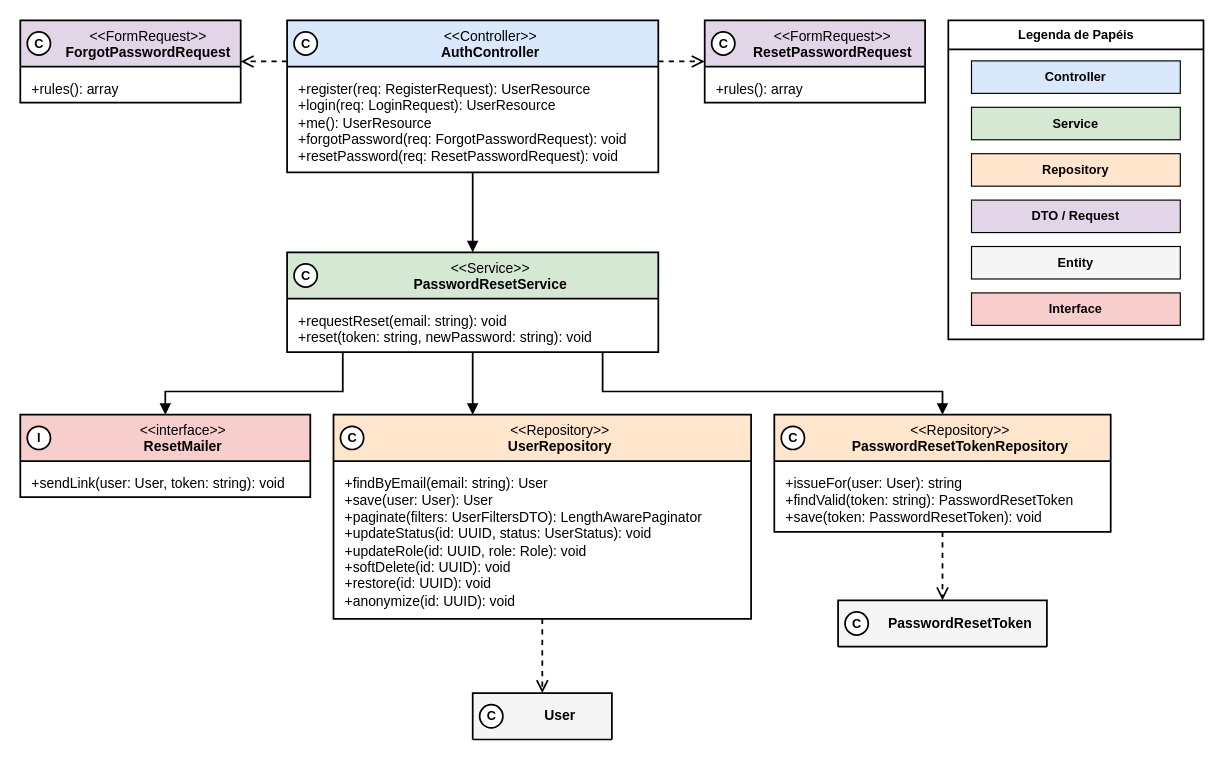
Above: especificacao/diagramas/13-classes-area-a-implementacao-recuperacao.drawio in Plataforma-de-Cursos-TCC/plataforma-cursos-docs (draw.io), before the change. Source tidied: cells renumbered, new cells numbered last; positions are measured from the earlier drawing's top-left corner, leaving out a move shared by most shapes. Both pictures are drawn from the tidied source at 116%, with x=0, y=0 at pixel (20, 20).
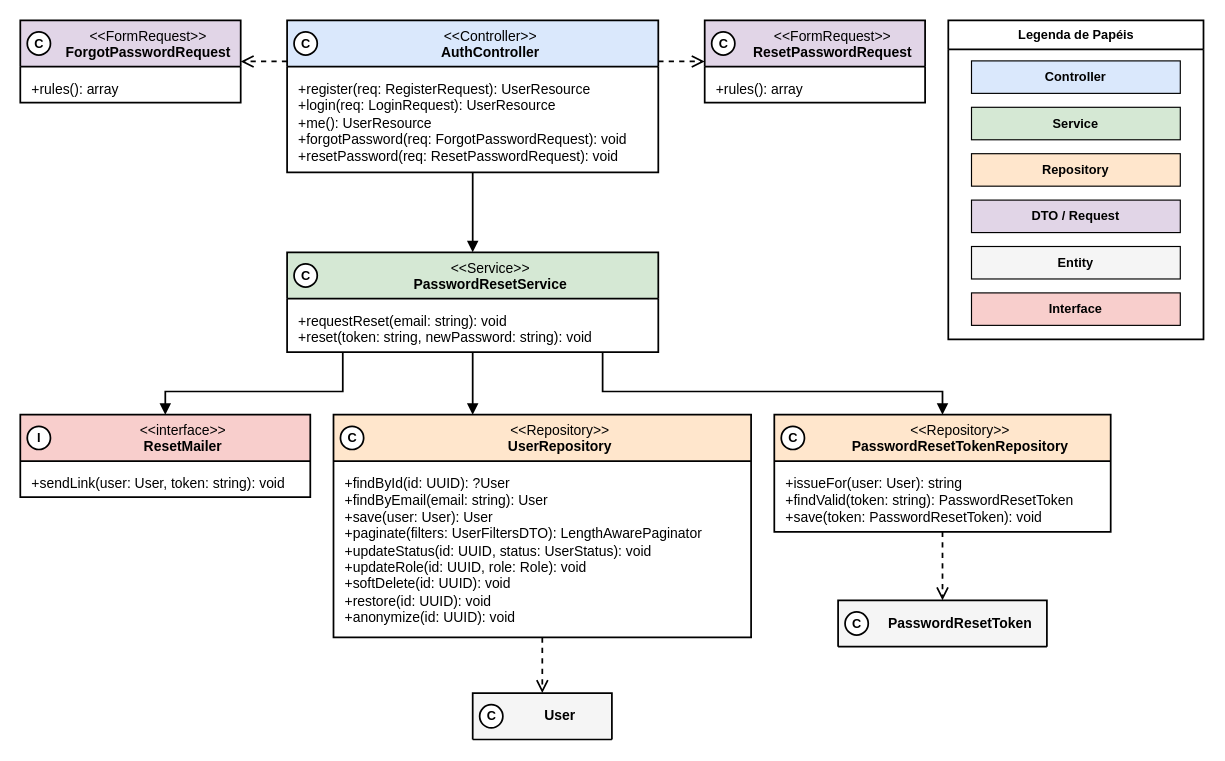
The same diagram, later.

Commit message (it also covers changes not shown here):
fix(especificacao): fix entity attributes, repository methods, and sql in area A

What changed in the source:
```diff
@@
     <mxCell id="17" value="&amp;lt;&amp;lt;Repository&amp;gt;&amp;gt;&lt;br&gt;&lt;b&gt;UserRepository&lt;/b&gt;" style="swimlane;html=1;fontStyle=0;align=center;verticalAlign=top;startSize=40;fillColor=#FFE6CC;swimlaneFillColor=#FFFFFF;strokeColor=#000000;strokeWidth=1.5;fontFamily=Helvetica;fontSize=12;fontColor=#000000;rounded=0;spacingLeft=30;" parent="1" vertex="1">
-      <mxGeometry x="270" y="340" width="360" height="176" as="geometry" />
+      <mxGeometry x="270" y="340" width="360" height="192" as="geometry" />
     </mxCell>
@@
-    <mxCell id="19" value="+findByEmail(email: string): User&lt;br&gt;+save(user: User): User&lt;br&gt;+paginate(filters: UserFiltersDTO): LengthAwarePaginator&lt;br&gt;+updateStatus(id: UUID, status: UserStatus): void&lt;br&gt;+updateRole(id: UUID, role: Role): void&lt;br&gt;+softDelete(id: UUID): void&lt;br&gt;+restore(id: UUID): void&lt;br&gt;+anonymize(id: UUID): void" style="text;html=1;align=left;verticalAlign=top;spacingLeft=8;spacingRight=8;spacingTop=6;fontSize=12;fontFamily=Helvetica;fontColor=#000000;strokeColor=none;fillColor=none;whiteSpace=wrap;" parent="17" vertex="1">
-      <mxGeometry y="40" width="360" height="136" as="geometry" />
+    <mxCell id="19" value="+findById(id: UUID): ?User&lt;br&gt;+findByEmail(email: string): User&lt;br&gt;+save(user: User): User&lt;br&gt;+paginate(filters: UserFiltersDTO): LengthAwarePaginator&lt;br&gt;+updateStatus(id: UUID, status: UserStatus): void&lt;br&gt;+updateRole(id: UUID, role: Role): void&lt;br&gt;+softDelete(id: UUID): void&lt;br&gt;+restore(id: UUID): void&lt;br&gt;+anonymize(id: UUID): void" style="text;html=1;align=left;verticalAlign=top;spacingLeft=8;spacingRight=8;spacingTop=6;fontSize=12;fontFamily=Helvetica;fontColor=#000000;strokeColor=none;fillColor=none;whiteSpace=wrap;" parent="17" vertex="1">
+      <mxGeometry y="40" width="360" height="152" as="geometry" />
     </mxCell>
```
